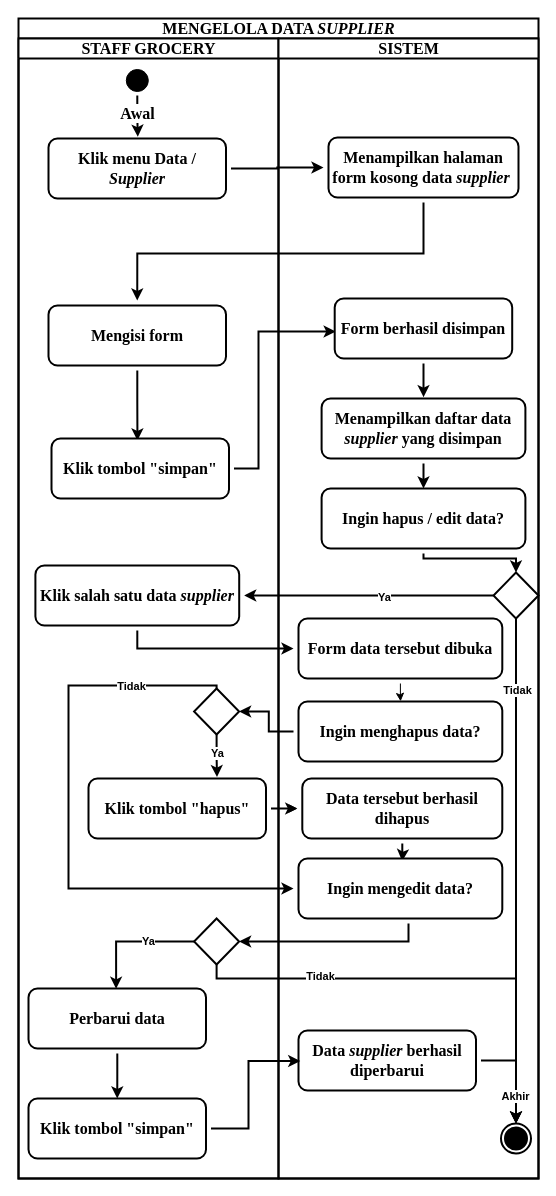
raldawiyahh/alda-resolusi keeps this draw.io diagram as page "DATA SUPPLIER" (4 of 24) of PENGELOLAAN EXPIRED - DANU.drawio. Above is the earlier version. Source tidied: cells renumbered, new cells numbered last; positions are measured from the earlier drawing's top-left corner, leaving out a move shared by most shapes. Both pictures are drawn from the tidied source at 100%, with x=0, y=0 at pixel (18, 18).
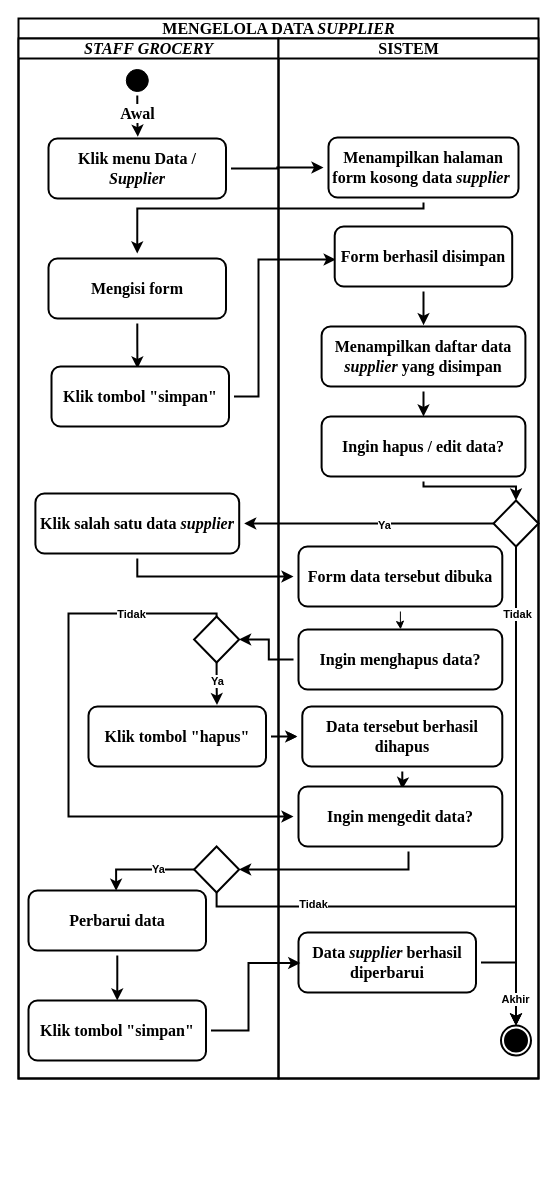
The same diagram, later.

The change refers to these unchanged cells:
```xml
<mxCell id="36" value="Menampilkan halaman form kosong data &lt;i&gt;supplier&lt;/i&gt;&amp;nbsp;" style="html=1;whiteSpace=wrap;perimeterSpacing=5;rounded=1;fontSize=16;fontFamily=Times New Roman;strokeWidth=2;fontStyle=1;" parent="29" vertex="1">
  <mxGeometry x="50" y="99" width="190" height="60" as="geometry" />
</mxCell>
```

Change to the diagram source:
```diff
@@
     <mxCell id="2" value="MENGELOLA DATA &lt;i&gt;SUPPLIER&lt;/i&gt;" style="swimlane;startSize=20;html=1;strokeWidth=2;fontFamily=Times New Roman;fontSize=16;fontStyle=1;" parent="1" vertex="1">
-      <mxGeometry width="520" height="1160" as="geometry" />
+      <mxGeometry width="520" height="1060" as="geometry" />
     </mxCell>
-    <mxCell id="3" value="STAFF GROCERY" style="swimlane;startSize=20;html=1;strokeWidth=2;fontFamily=Times New Roman;fontSize=16;fontStyle=1;" parent="2" vertex="1">
-      <mxGeometry y="20" width="260" height="1140" as="geometry" />
+    <mxCell id="3" value="&lt;i&gt;STAFF GROCERY&lt;/i&gt;" style="swimlane;startSize=20;html=1;strokeWidth=2;fontFamily=Times New Roman;fontSize=16;fontStyle=1;" parent="2" vertex="1">
+      <mxGeometry y="20" width="260" height="1040" as="geometry" />
     </mxCell>
@@
     <mxCell id="10" value="Mengisi form" style="html=1;whiteSpace=wrap;perimeterSpacing=5;rounded=1;fontSize=16;fontFamily=Times New Roman;strokeWidth=2;fontStyle=1;" parent="3" vertex="1">
-      <mxGeometry x="30" y="267" width="177.5" height="60" as="geometry" />
+      <mxGeometry x="30" y="220" width="177.5" height="60" as="geometry" />
     </mxCell>
     <mxCell id="11" value="Klik tombol &quot;simpan&quot;" style="html=1;whiteSpace=wrap;perimeterSpacing=5;rounded=1;fontSize=16;fontFamily=Times New Roman;strokeWidth=2;fontStyle=1;" parent="3" vertex="1">
-      <mxGeometry x="33" y="400" width="177.5" height="60" as="geometry" />
+      <mxGeometry x="33" y="328" width="177.5" height="60" as="geometry" />
     </mxCell>
     <mxCell id="12" value="Klik salah satu data &lt;i&gt;supplier&lt;/i&gt;" style="html=1;whiteSpace=wrap;perimeterSpacing=5;rounded=1;fontSize=16;fontFamily=Times New Roman;strokeWidth=2;fontStyle=1;" parent="3" vertex="1">
-      <mxGeometry x="16.9" y="527" width="203.8" height="60" as="geometry" />
+      <mxGeometry x="16.9" y="455" width="203.8" height="60" as="geometry" />
     </mxCell>
@@
     <mxCell id="15" style="rhombus;whiteSpace=wrap;html=1;strokeWidth=2;fontStyle=1;" parent="3" vertex="1">
-      <mxGeometry x="175.6" y="650" width="45" height="46" as="geometry" />
+      <mxGeometry x="175.6" y="578" width="45" height="46" as="geometry" />
     </mxCell>
     <mxCell id="16" value="Klik tombol &quot;hapus&quot;" style="html=1;whiteSpace=wrap;perimeterSpacing=5;rounded=1;fontSize=16;fontFamily=Times New Roman;strokeWidth=2;fontStyle=1;" parent="3" vertex="1">
-      <mxGeometry x="70" y="740" width="177.5" height="60" as="geometry" />
+      <mxGeometry x="70" y="668" width="177.5" height="60" as="geometry" />
     </mxCell>
     <mxCell id="17" style="edgeStyle=orthogonalEdgeStyle;rounded=0;jettySize=auto;html=1;entryX=0.494;entryY=0.076;entryDx=0;entryDy=0;entryPerimeter=0;exitX=0;exitY=0.5;exitDx=0;exitDy=0;strokeWidth=2;fontStyle=1;" parent="3" edge="1" source="19" target="21">
       <mxGeometry relative="1" as="geometry">
         <Array as="points">
-          <mxPoint x="98" y="903" />
+          <mxPoint x="98" y="831" />
         </Array>
       </mxGeometry>
     </mxCell>
@@
     <mxCell id="19" style="rhombus;whiteSpace=wrap;html=1;strokeWidth=2;fontStyle=1;" parent="3" vertex="1">
-      <mxGeometry x="175.6" y="880" width="45" height="46" as="geometry" />
+      <mxGeometry x="175.6" y="808" width="45" height="46" as="geometry" />
     </mxCell>
@@
     <mxCell id="21" value="Perbarui data" style="html=1;whiteSpace=wrap;perimeterSpacing=5;rounded=1;fontSize=16;fontFamily=Times New Roman;strokeWidth=2;fontStyle=1;" parent="3" vertex="1">
-      <mxGeometry x="10" y="950" width="177.5" height="60" as="geometry" />
+      <mxGeometry x="10" y="852" width="177.5" height="60" as="geometry" />
     </mxCell>
     <mxCell id="22" value="Klik tombol &quot;simpan&quot;" style="html=1;whiteSpace=wrap;perimeterSpacing=5;rounded=1;fontSize=16;fontFamily=Times New Roman;strokeWidth=2;fontStyle=1;" parent="3" vertex="1">
-      <mxGeometry x="10" y="1060" width="177.5" height="60" as="geometry" />
+      <mxGeometry x="10" y="962" width="177.5" height="60" as="geometry" />
     </mxCell>
@@
     <mxCell id="25" style="edgeStyle=orthogonalEdgeStyle;rounded=0;jettySize=auto;html=1;entryX=0.5;entryY=0;entryDx=0;entryDy=0;strokeWidth=2;fontStyle=1;" parent="2" edge="1" source="36" target="10">
       <mxGeometry relative="1" as="geometry">
         <Array as="points">
-          <mxPoint x="405" y="235" />
-          <mxPoint x="119" y="235" />
+          <mxPoint x="405" y="190" />
+          <mxPoint x="119" y="190" />
         </Array>
       </mxGeometry>
     </mxCell>
     <mxCell id="26" style="edgeStyle=orthogonalEdgeStyle;rounded=0;jettySize=auto;html=1;entryX=0.032;entryY=0.543;entryDx=0;entryDy=0;entryPerimeter=0;strokeWidth=2;fontStyle=1;exitX=1;exitY=0.5;exitDx=0;exitDy=0;" parent="2" edge="1" source="11" target="38">
       <mxGeometry relative="1" as="geometry">
         <Array as="points">
-          <mxPoint x="240" y="450" />
-          <mxPoint x="240" y="313" />
+          <mxPoint x="240" y="378" />
+          <mxPoint x="240" y="241" />
         </Array>
       </mxGeometry>
     </mxCell>
@@
     <mxCell id="29" value="SISTEM" style="swimlane;startSize=20;html=1;strokeWidth=2;fontFamily=Times New Roman;fontSize=16;fontStyle=1;" parent="2" vertex="1">
-      <mxGeometry x="260" y="20" width="260" height="1140" as="geometry" />
+      <mxGeometry x="260" y="20" width="260" height="1040" as="geometry" />
     </mxCell>
@@
     <mxCell id="35" style="ellipse;html=1;shape=endState;fillColor=#000000;strokeColor=#000000;fontFamily=Times New Roman;fontSize=16;strokeWidth=2;fontStyle=1;" parent="29" vertex="1">
-      <mxGeometry x="222.5" y="1085" width="30" height="30" as="geometry" />
+      <mxGeometry x="222.5" y="987" width="30" height="30" as="geometry" />
     </mxCell>
@@
     <mxCell id="38" value="Form berhasil disimpan" style="html=1;whiteSpace=wrap;perimeterSpacing=5;rounded=1;fontSize=16;fontFamily=Times New Roman;strokeWidth=2;fontStyle=1;" parent="29" vertex="1">
-      <mxGeometry x="56.2" y="260" width="177.5" height="60" as="geometry" />
+      <mxGeometry x="56.2" y="188" width="177.5" height="60" as="geometry" />
     </mxCell>
@@
     <mxCell id="40" value="Menampilkan daftar data &lt;i&gt;supplier&lt;/i&gt; yang disimpan" style="html=1;whiteSpace=wrap;perimeterSpacing=5;rounded=1;fontSize=16;fontFamily=Times New Roman;strokeWidth=2;fontStyle=1;" parent="29" vertex="1">
-      <mxGeometry x="43.1" y="360" width="203.8" height="60" as="geometry" />
+      <mxGeometry x="43.1" y="288" width="203.8" height="60" as="geometry" />
     </mxCell>
@@
     <mxCell id="43" style="rhombus;whiteSpace=wrap;html=1;strokeWidth=2;fontStyle=1;" parent="29" vertex="1">
-      <mxGeometry x="215" y="534" width="45" height="46" as="geometry" />
+      <mxGeometry x="215" y="462" width="45" height="46" as="geometry" />
     </mxCell>
     <mxCell id="44" style="edgeStyle=orthogonalEdgeStyle;rounded=0;jettySize=auto;html=1;entryX=0.5;entryY=0;entryDx=0;entryDy=0;strokeWidth=2;fontStyle=1;" parent="29" edge="1" source="45" target="43">
       <mxGeometry relative="1" as="geometry">
         <Array as="points">
-          <mxPoint x="145" y="520" />
-          <mxPoint x="238" y="520" />
+          <mxPoint x="145" y="448" />
+          <mxPoint x="238" y="448" />
         </Array>
       </mxGeometry>
     </mxCell>
     <mxCell id="45" value="Ingin hapus / edit data?" style="html=1;whiteSpace=wrap;perimeterSpacing=5;rounded=1;fontSize=16;fontFamily=Times New Roman;strokeWidth=2;fontStyle=1;" parent="29" vertex="1">
-      <mxGeometry x="43.1" y="450" width="203.8" height="60" as="geometry" />
+      <mxGeometry x="43.1" y="378" width="203.8" height="60" as="geometry" />
     </mxCell>
@@
     <mxCell id="47" value="Form data tersebut dibuka" style="html=1;whiteSpace=wrap;perimeterSpacing=5;rounded=1;fontSize=16;fontFamily=Times New Roman;strokeWidth=2;fontStyle=1;" parent="29" vertex="1">
-      <mxGeometry x="20" y="580" width="203.8" height="60" as="geometry" />
+      <mxGeometry x="20" y="508" width="203.8" height="60" as="geometry" />
     </mxCell>
     <mxCell id="48" value="Ingin menghapus data?" style="html=1;whiteSpace=wrap;perimeterSpacing=5;rounded=1;fontSize=16;fontFamily=Times New Roman;strokeWidth=2;fontStyle=1;" parent="29" vertex="1">
-      <mxGeometry x="20" y="663" width="203.8" height="60" as="geometry" />
+      <mxGeometry x="20" y="591" width="203.8" height="60" as="geometry" />
     </mxCell>
@@
     <mxCell id="50" value="Data tersebut berhasil dihapus" style="html=1;whiteSpace=wrap;perimeterSpacing=5;rounded=1;fontSize=16;fontFamily=Times New Roman;strokeWidth=2;fontStyle=1;" parent="29" vertex="1">
-      <mxGeometry x="23.8" y="740" width="200" height="60" as="geometry" />
+      <mxGeometry x="23.8" y="668" width="200" height="60" as="geometry" />
     </mxCell>
     <mxCell id="51" value="Ingin mengedit data?" style="html=1;whiteSpace=wrap;perimeterSpacing=5;rounded=1;fontSize=16;fontFamily=Times New Roman;strokeWidth=2;fontStyle=1;" parent="29" vertex="1">
-      <mxGeometry x="20" y="820" width="203.8" height="60" as="geometry" />
+      <mxGeometry x="20" y="748" width="203.8" height="60" as="geometry" />
     </mxCell>
@@
     <mxCell id="53" value="Data &lt;i&gt;supplier&lt;/i&gt; berhasil diperbarui" style="html=1;whiteSpace=wrap;perimeterSpacing=5;rounded=1;fontSize=16;fontFamily=Times New Roman;strokeWidth=2;fontStyle=1;" parent="29" vertex="1">
-      <mxGeometry x="20" y="992" width="177.5" height="60" as="geometry" />
+      <mxGeometry x="20" y="894" width="177.5" height="60" as="geometry" />
     </mxCell>
     <mxCell id="54" style="edgeStyle=orthogonalEdgeStyle;rounded=0;jettySize=auto;html=1;entryX=0;entryY=0.5;entryDx=0;entryDy=0;strokeWidth=2;fontStyle=1;" parent="2" edge="1" source="12" target="47">
       <mxGeometry relative="1" as="geometry">
         <Array as="points">
-          <mxPoint x="119" y="630" />
+          <mxPoint x="119" y="558" />
         </Array>
       </mxGeometry>
     </mxCell>
@@
     <mxCell id="57" style="edgeStyle=orthogonalEdgeStyle;rounded=0;jettySize=auto;html=1;entryX=0;entryY=0.5;entryDx=0;entryDy=0;strokeWidth=2;fontStyle=1;" parent="2" edge="1" source="15" target="51">
       <mxGeometry relative="1" as="geometry">
         <Array as="points">
-          <mxPoint x="50" y="667" />
-          <mxPoint x="50" y="870" />
+          <mxPoint x="50" y="595" />
+          <mxPoint x="50" y="798" />
         </Array>
       </mxGeometry>
     </mxCell>
@@
     <mxCell id="59" style="edgeStyle=orthogonalEdgeStyle;rounded=0;jettySize=auto;html=1;entryX=1;entryY=0.5;entryDx=0;entryDy=0;strokeWidth=2;fontStyle=1;" parent="2" edge="1" source="51" target="19">
       <mxGeometry relative="1" as="geometry">
         <Array as="points">
-          <mxPoint x="390" y="923" />
+          <mxPoint x="390" y="851" />
         </Array>
       </mxGeometry>
     </mxCell>
     <mxCell id="60" style="edgeStyle=orthogonalEdgeStyle;rounded=0;jettySize=auto;html=1;entryX=0.036;entryY=0.508;entryDx=0;entryDy=0;entryPerimeter=0;strokeWidth=2;fontStyle=1;" parent="2" edge="1" source="22" target="53">
       <mxGeometry relative="1" as="geometry">
         <Array as="points">
-          <mxPoint x="230" y="1110" />
-          <mxPoint x="230" y="1043" />
+          <mxPoint x="230" y="1012" />
+          <mxPoint x="230" y="945" />
         </Array>
       </mxGeometry>
     </mxCell>
     <mxCell id="61" style="edgeStyle=orthogonalEdgeStyle;rounded=0;jettySize=auto;html=1;entryX=0.5;entryY=0;entryDx=0;entryDy=0;strokeWidth=2;fontStyle=1;" parent="2" edge="1" source="19" target="35">
       <mxGeometry relative="1" as="geometry">
         <Array as="points">
-          <mxPoint x="198" y="960" />
-          <mxPoint x="498" y="960" />
+          <mxPoint x="198" y="888" />
+          <mxPoint x="498" y="888" />
         </Array>
       </mxGeometry>
     </mxCell>
```
